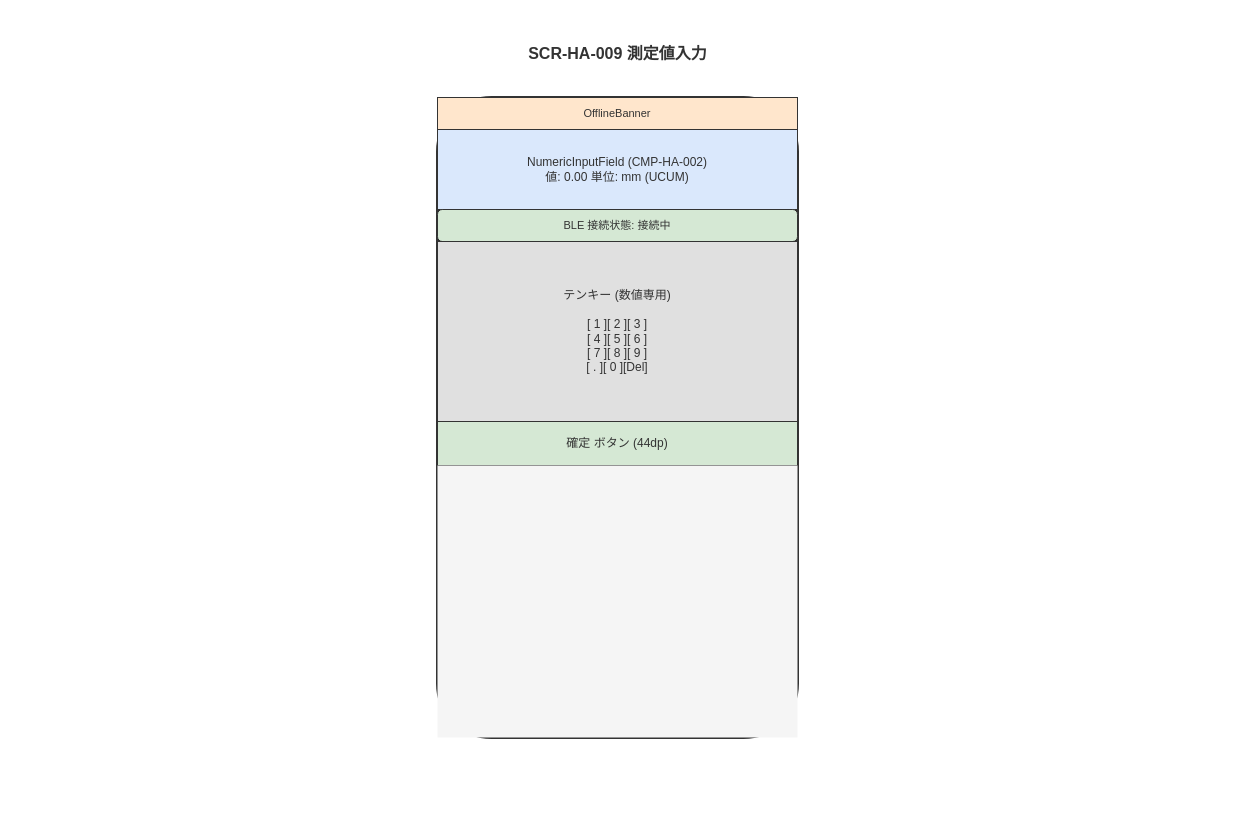
The draw.io diagram docs/04_概要設計/03_画面設計/img/fig_des_screen_ha_009.drawio in RyuheiKiso/work-navigation-app, before the edit. Source tidied: cells renumbered, new cells numbered last; positions are measured from the earlier drawing's top-left corner, leaving out a move shared by most shapes. Both pictures are drawn from the tidied source at 100%, with x=0, y=0 at pixel (17, 17).
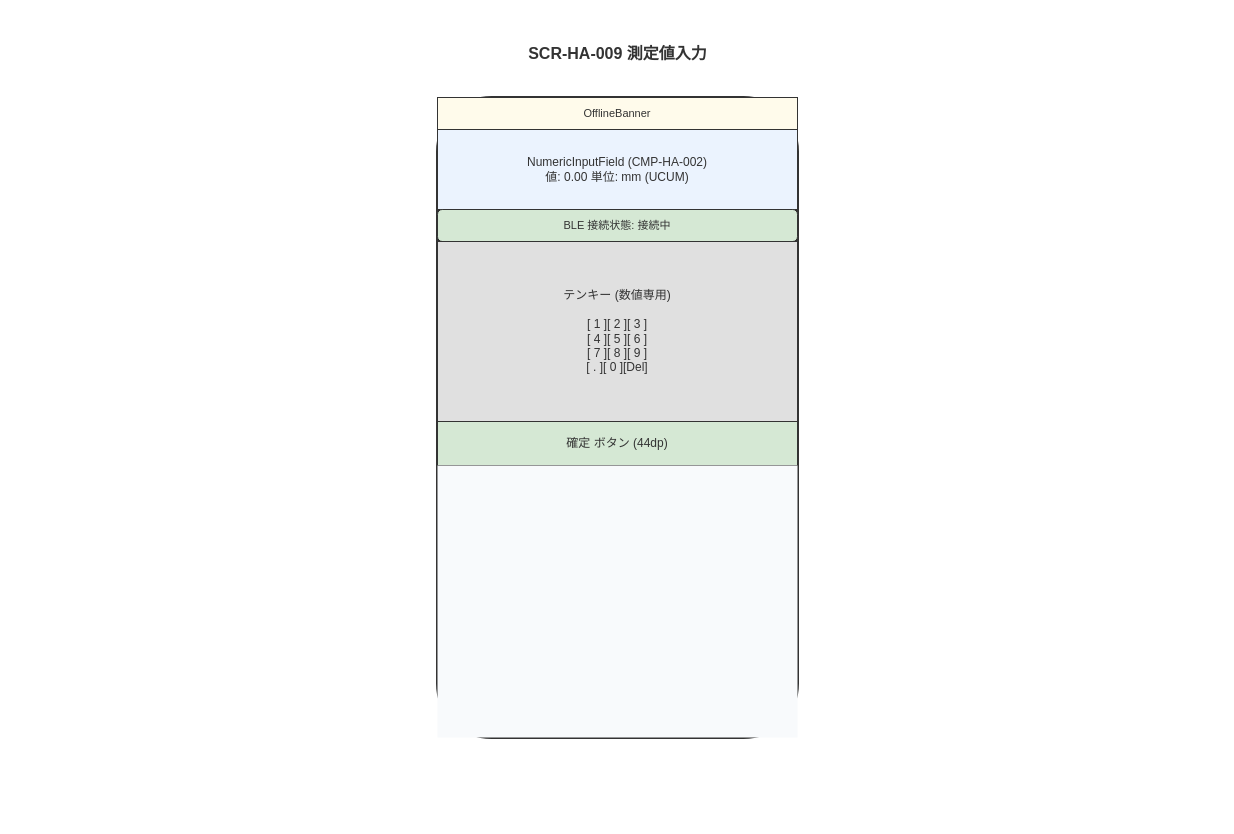
After the change.

The edit, as a diff of the source:
```diff
@@
 <mxGraphModel background="#FFFFFF">
   <root>
     <mxCell id="0" />
     <mxCell id="1" parent="0" />
     <mxCell id="2" style="rounded=0;whiteSpace=wrap;html=1;fillColor=#FFFFFF;strokeColor=none;" parent="1" vertex="1">
       <mxGeometry width="1200" height="800" as="geometry" />
     </mxCell>
     <mxCell id="3" value="SCR-HA-009 測定値入力" style="text;html=1;fontFamily=Helvetica;fontSize=16;fontStyle=1;align=center;verticalAlign=middle;fillColor=none;strokeColor=none;fontColor=#333333;" parent="1" vertex="1">
       <mxGeometry x="420" y="20" width="360" height="32" as="geometry" />
     </mxCell>
-    <mxCell id="4" style="rounded=1;whiteSpace=wrap;html=1;fillColor=#f5f5f5;strokeColor=#333333;strokeWidth=3;" parent="1" vertex="1">
+    <mxCell id="4" style="rounded=1;whiteSpace=wrap;html=1;fillColor=#F8FAFC;strokeColor=#333333;strokeWidth=3;" parent="1" vertex="1">
       <mxGeometry x="420" y="80" width="360" height="640" as="geometry" />
     </mxCell>
-    <mxCell id="5" value="OfflineBanner" style="rounded=0;whiteSpace=wrap;html=1;fillColor=#ffe6cc;strokeColor=#333333;fontSize=11;fontColor=#333333;" parent="1" vertex="1">
+    <mxCell id="5" value="OfflineBanner" style="rounded=0;whiteSpace=wrap;html=1;fillColor=#FFFBEB;strokeColor=#333333;fontSize=11;fontColor=#333333;" parent="1" vertex="1">
       <mxGeometry x="420" y="80" width="360" height="32" as="geometry" />
     </mxCell>
-    <mxCell id="6" value="NumericInputField (CMP-HA-002)&#10;値: 0.00  単位: mm (UCUM)" style="rounded=0;whiteSpace=wrap;html=1;fillColor=#dae8fc;strokeColor=#333333;fontSize=12;fontColor=#333333;" parent="1" vertex="1">
+    <mxCell id="6" value="NumericInputField (CMP-HA-002)&#10;値: 0.00  単位: mm (UCUM)" style="rounded=0;whiteSpace=wrap;html=1;fillColor=#EBF3FE;strokeColor=#333333;fontSize=12;fontColor=#333333;" parent="1" vertex="1">
       <mxGeometry x="420" y="112" width="360" height="80" as="geometry" />
     </mxCell>
     <mxCell id="7" value="BLE 接続状態: 接続中" style="rounded=1;whiteSpace=wrap;html=1;fillColor=#d5e8d4;strokeColor=#333333;fontSize=11;fontColor=#333333;" parent="1" vertex="1">
       <mxGeometry x="420" y="192" width="360" height="32" as="geometry" />
     </mxCell>
     <mxCell id="8" value="テンキー (数値専用)&#10;&#10;[ 1 ][ 2 ][ 3 ]&#10;[ 4 ][ 5 ][ 6 ]&#10;[ 7 ][ 8 ][ 9 ]&#10;[ . ][ 0 ][Del]" style="rounded=0;whiteSpace=wrap;html=1;fillColor=#e0e0e0;strokeColor=#333333;fontSize=12;fontColor=#333333;" parent="1" vertex="1">
       <mxGeometry x="420" y="224" width="360" height="180" as="geometry" />
     </mxCell>
     <mxCell id="9" value="確定 ボタン (44dp)" style="rounded=0;whiteSpace=wrap;html=1;fillColor=#d5e8d4;strokeColor=#333333;fontSize=12;fontColor=#333333;" parent="1" vertex="1">
       <mxGeometry x="420" y="404" width="360" height="44" as="geometry" />
     </mxCell>
-    <mxCell id="10" style="rounded=0;whiteSpace=wrap;html=1;fillColor=#f5f5f5;strokeColor=none;" parent="1" vertex="1">
+    <mxCell id="10" style="rounded=0;whiteSpace=wrap;html=1;fillColor=#F8FAFC;strokeColor=none;" parent="1" vertex="1">
       <mxGeometry x="420" y="448" width="360" height="272" as="geometry" />
     </mxCell>
   </root>
 </mxGraphModel>
```
